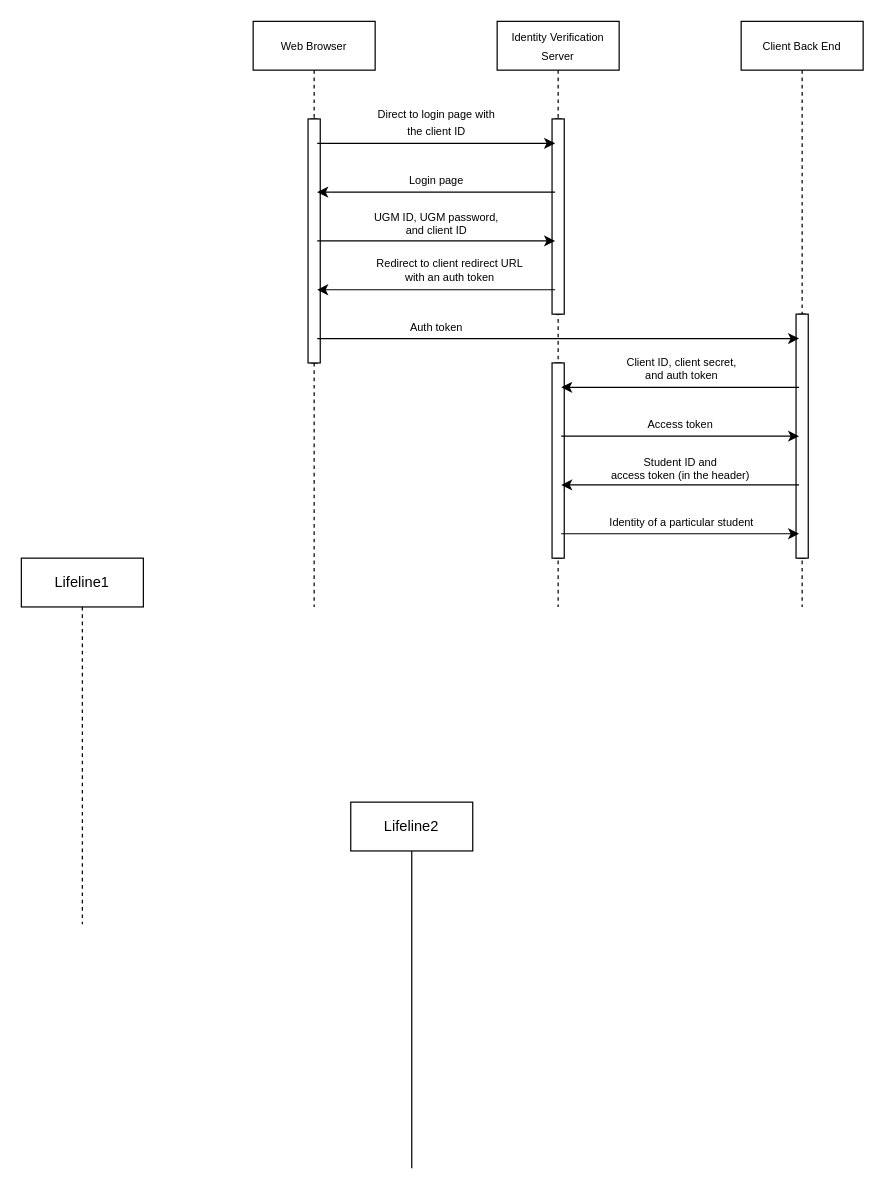
gldnpz17/ugm-auth keeps this draw.io diagram as documentation/sequence-diagram.drawio. Above is the earlier version. Source tidied: cells renumbered, new cells numbered last; positions are measured from the earlier drawing's top-left corner, leaving out a move shared by most shapes. Both pictures are drawn from the tidied source at 122%, with x=0, y=0 at pixel (21, 21).
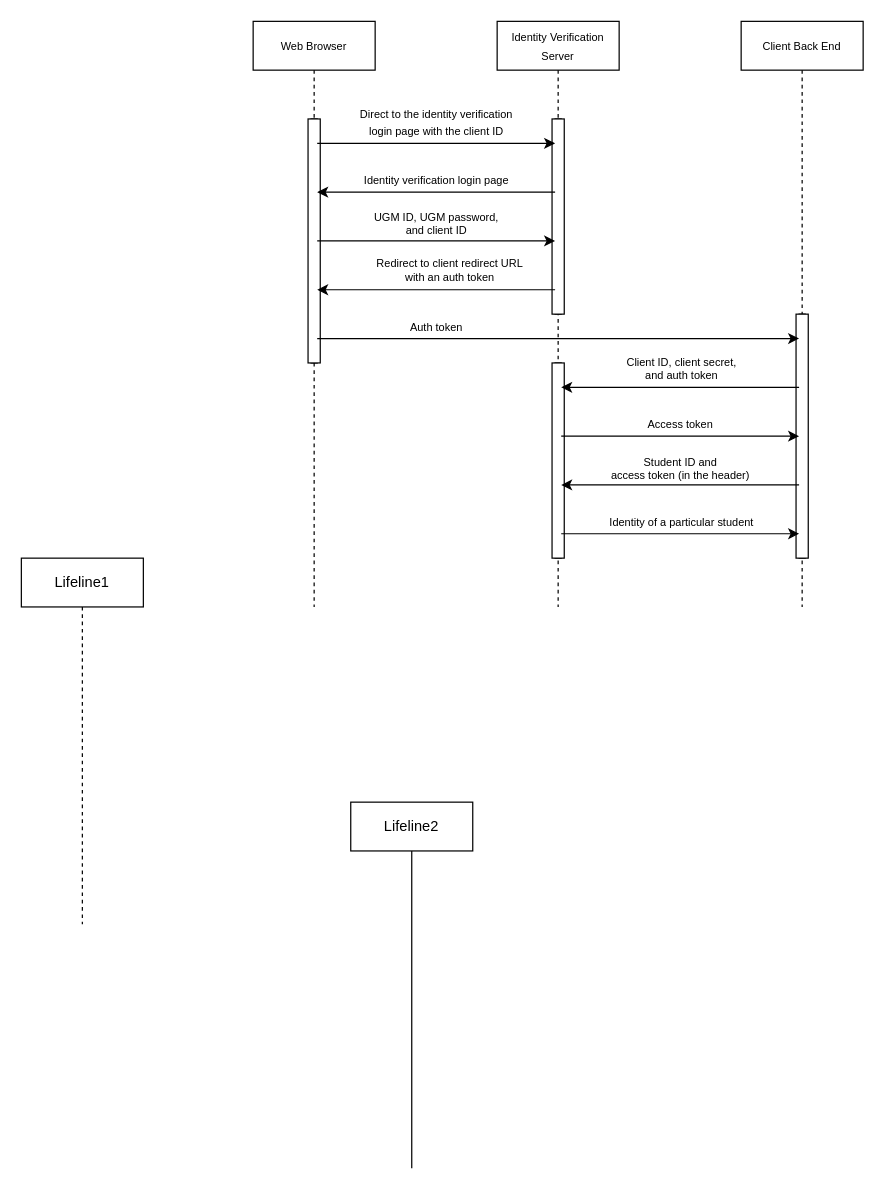
Above is the later version.

Commit message:
Add access token type check.

The change refers to these unchanged cells:
```xml
<mxCell id="22" style="edgeStyle=none;html=1;entryX=0;entryY=0.5;entryDx=0;entryDy=0;" parent="1" edge="1" source="5" target="12">
  <mxGeometry relative="1" as="geometry" />
</mxCell>
<mxCell id="24" style="edgeStyle=none;html=1;entryX=1;entryY=0.5;entryDx=0;entryDy=0;" parent="1" edge="1" source="13" target="6">
  <mxGeometry relative="1" as="geometry" />
</mxCell>
```

The edit, as a diff of the source:
```diff
@@
-    <mxCell id="23" value="&lt;font style=&quot;font-size: 9px&quot;&gt;Direct to login page with&lt;br&gt;the client ID&lt;/font&gt;" style="edgeLabel;html=1;align=center;verticalAlign=middle;" parent="22" vertex="1">
+    <mxCell id="23" value="&lt;font style=&quot;font-size: 9px&quot;&gt;Direct to the identity verification&lt;br&gt;login page with the client ID&lt;/font&gt;" style="edgeLabel;html=1;align=center;verticalAlign=middle;" parent="22" vertex="1">
       <mxGeometry x="0.24" y="2" relative="1" as="geometry">
         <mxPoint x="-24" y="-16" as="offset" />
       </mxGeometry>
     </mxCell>
@@
-    <mxCell id="25" value="Login page" style="edgeLabel;html=1;align=center;verticalAlign=middle;fontSize=9;" parent="24" vertex="1">
+    <mxCell id="25" value="Identity verification login page" style="edgeLabel;html=1;align=center;verticalAlign=middle;fontSize=9;" parent="24" vertex="1">
       <mxGeometry x="-0.11" relative="1" as="geometry">
         <mxPoint x="-11" y="-10" as="offset" />
       </mxGeometry>
     </mxCell>
```
